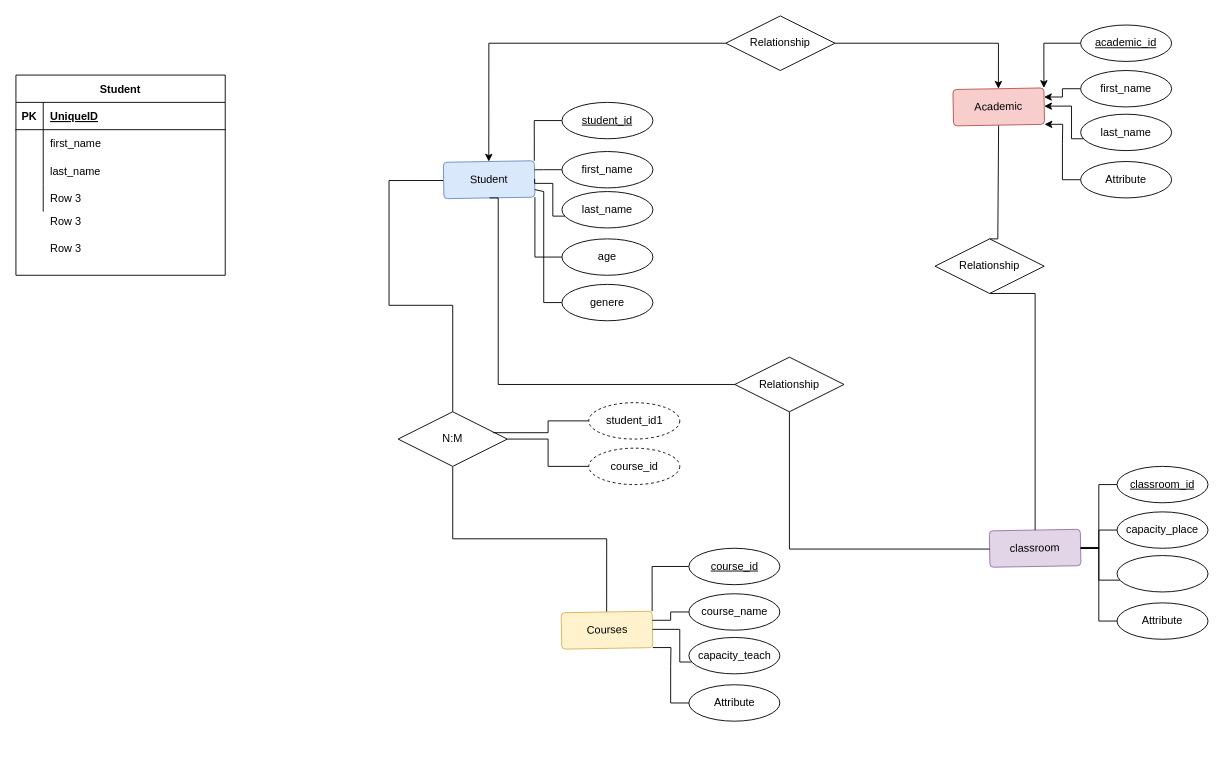
This is Untitled Diagram.drawio from danthb/LogIn_, a draw.io file, before an edit. Source tidied: cells renumbered, new cells numbered last; positions are measured from the earlier drawing's top-left corner, leaving out a move shared by most shapes. Both pictures are drawn from the tidied source at 91%, with x=0, y=0 at pixel (15, 15).
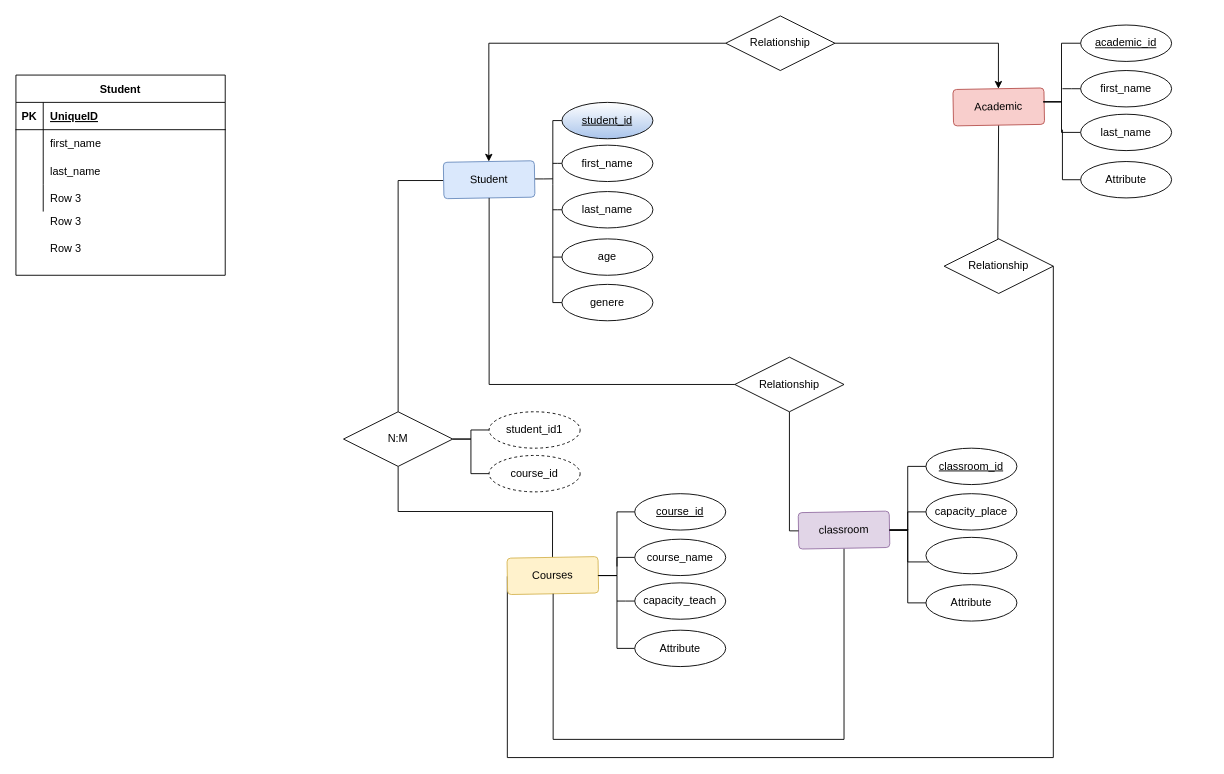
The same diagram, later.

The change refers to these unchanged cells:
```xml
<mxCell id="7" value="Student" style="rounded=1;arcSize=10;whiteSpace=wrap;html=1;align=center;rotation=-1;fillColor=#dae8fc;strokeColor=#6c8ebf;" parent="1" vertex="1">
  <mxGeometry x="470" y="160" width="100" height="40" as="geometry" />
</mxCell>
<mxCell id="13" value="last_name" style="ellipse;whiteSpace=wrap;html=1;align=center;" parent="1" vertex="1">
  <mxGeometry x="600" y="193" width="100" height="40" as="geometry" />
</mxCell>
<mxCell id="15" value="age" style="ellipse;whiteSpace=wrap;html=1;align=center;" parent="1" vertex="1">
  <mxGeometry x="600" y="245" width="100" height="40" as="geometry" />
</mxCell>
<mxCell id="17" value="Academic" style="rounded=1;arcSize=10;whiteSpace=wrap;html=1;align=center;rotation=-1;fillColor=#f8cecc;strokeColor=#b85450;" parent="1" vertex="1">
  <mxGeometry x="1030" y="80" width="100" height="40" as="geometry" />
</mxCell>
<mxCell id="19" value="first_name" style="ellipse;whiteSpace=wrap;html=1;align=center;" parent="1" vertex="1">
  <mxGeometry x="1170" y="60" width="100" height="40" as="geometry" />
</mxCell>
<mxCell id="21" value="academic_id" style="ellipse;whiteSpace=wrap;html=1;align=center;fontStyle=4;" parent="1" vertex="1">
  <mxGeometry x="1170" y="10" width="100" height="40" as="geometry" />
</mxCell>
<mxCell id="23" value="last_name" style="ellipse;whiteSpace=wrap;html=1;align=center;" parent="1" vertex="1">
  <mxGeometry x="1170" y="108" width="100" height="40" as="geometry" />
</mxCell>
<mxCell id="25" value="Attribute" style="ellipse;whiteSpace=wrap;html=1;align=center;" parent="1" vertex="1">
  <mxGeometry x="1170" y="160" width="100" height="40" as="geometry" />
</mxCell>
<mxCell id="58" value="genere" style="ellipse;whiteSpace=wrap;html=1;align=center;" parent="1" vertex="1">
  <mxGeometry x="600" y="295" width="100" height="40" as="geometry" />
</mxCell>
<mxCell id="68" value="Relationship" style="shape=rhombus;perimeter=rhombusPerimeter;whiteSpace=wrap;html=1;align=center;" parent="1" vertex="1">
  <mxGeometry x="790" y="375" width="120" height="60" as="geometry" />
</mxCell>
```

What changed in the source:
```diff
@@
     <mxCell id="5" style="edgeStyle=orthogonalEdgeStyle;rounded=0;jettySize=auto;html=1;endArrow=none;endFill=0;entryX=0;entryY=0.5;entryDx=0;entryDy=0;" parent="1" edge="1" source="6" target="7">
       <mxGeometry relative="1" as="geometry">
         <Array as="points">
-          <mxPoint x="480" y="318" />
-          <mxPoint x="410" y="318" />
-          <mxPoint x="410" y="181" />
+          <mxPoint x="420" y="181" />
         </Array>
       </mxGeometry>
     </mxCell>
     <mxCell id="6" value="N:M" style="shape=rhombus;perimeter=rhombusPerimeter;whiteSpace=wrap;html=1;align=center;" parent="1" vertex="1">
-      <mxGeometry x="420" y="435" width="120" height="60" as="geometry" />
+      <mxGeometry x="360" y="435" width="120" height="60" as="geometry" />
     </mxCell>
+    <mxCell id="71" style="edgeStyle=elbowEdgeStyle;rounded=0;jettySize=auto;html=1;exitX=1;exitY=0.5;exitDx=0;exitDy=0;endArrow=none;endFill=0;" parent="1" edge="1" source="7">
+      <mxGeometry relative="1" as="geometry">
+        <mxPoint x="590" y="179" as="targetPoint" />
+      </mxGeometry>
+    </mxCell>
@@
-    <mxCell id="8" style="edgeStyle=orthogonalEdgeStyle;rounded=0;jettySize=auto;html=1;entryX=1;entryY=0.25;entryDx=0;entryDy=0;endArrow=none;endFill=0;" parent="1" edge="1" source="9" target="7">
-      <mxGeometry relative="1" as="geometry" />
-    </mxCell>
+    <mxCell id="72" style="edgeStyle=elbowEdgeStyle;rounded=0;jettySize=auto;html=1;endArrow=none;endFill=0;" parent="1" edge="1" source="9">
+      <mxGeometry relative="1" as="geometry">
+        <mxPoint x="590" y="162" as="targetPoint" />
+      </mxGeometry>
+    </mxCell>
     <mxCell id="9" value="first_name" style="ellipse;whiteSpace=wrap;html=1;align=center;" parent="1" vertex="1">
-      <mxGeometry x="600" y="149" width="100" height="40" as="geometry" />
+      <mxGeometry x="600" y="142" width="100" height="40" as="geometry" />
     </mxCell>
-    <mxCell id="10" style="edgeStyle=orthogonalEdgeStyle;rounded=0;jettySize=auto;html=1;entryX=1;entryY=0;entryDx=0;entryDy=0;endArrow=none;endFill=0;" parent="1" edge="1" source="11" target="7">
-      <mxGeometry relative="1" as="geometry" />
+    <mxCell id="10" style="edgeStyle=orthogonalEdgeStyle;rounded=0;jettySize=auto;html=1;endArrow=none;endFill=0;" parent="1" edge="1" source="11">
+      <mxGeometry relative="1" as="geometry">
+        <mxPoint x="590" y="185" as="targetPoint" />
+        <Array as="points">
+          <mxPoint x="590" y="115" />
+        </Array>
+      </mxGeometry>
     </mxCell>
-    <mxCell id="11" value="student_id" style="ellipse;whiteSpace=wrap;html=1;align=center;fontStyle=4;" parent="1" vertex="1">
+    <mxCell id="11" value="student_id" style="ellipse;whiteSpace=wrap;html=1;align=center;fontStyle=4;gradientColor=#A9C4EB;" parent="1" vertex="1">
       <mxGeometry x="600" y="95" width="100" height="40" as="geometry" />
     </mxCell>
-    <mxCell id="12" style="edgeStyle=orthogonalEdgeStyle;rounded=0;jettySize=auto;html=1;entryX=1;entryY=0.5;entryDx=0;entryDy=0;endArrow=none;endFill=0;" parent="1" edge="1" source="13" target="7">
-      <mxGeometry relative="1" as="geometry">
-        <Array as="points">
-          <mxPoint x="590" y="220" />
-          <mxPoint x="590" y="184" />
-        </Array>
-      </mxGeometry>
-    </mxCell>
+    <mxCell id="73" style="edgeStyle=elbowEdgeStyle;rounded=0;jettySize=auto;html=1;endArrow=none;endFill=0;" parent="1" edge="1" source="13">
+      <mxGeometry relative="1" as="geometry">
+        <mxPoint x="590" y="213" as="targetPoint" />
+      </mxGeometry>
+    </mxCell>
@@
-    <mxCell id="14" style="edgeStyle=orthogonalEdgeStyle;rounded=0;jettySize=auto;html=1;entryX=1;entryY=1;entryDx=0;entryDy=0;endArrow=none;endFill=0;" parent="1" edge="1" source="15" target="7">
+    <mxCell id="14" style="edgeStyle=orthogonalEdgeStyle;rounded=0;jettySize=auto;html=1;endArrow=none;endFill=0;" parent="1" edge="1" source="15">
       <mxGeometry relative="1" as="geometry">
+        <mxPoint x="590" y="185" as="targetPoint" />
         <Array as="points">
-          <mxPoint x="570" y="265" />
+          <mxPoint x="590" y="265" />
         </Array>
       </mxGeometry>
     </mxCell>
@@
-    <mxCell id="18" style="edgeStyle=orthogonalEdgeStyle;rounded=0;jettySize=auto;html=1;entryX=1;entryY=0.25;entryDx=0;entryDy=0;" parent="1" edge="1" source="19" target="17">
-      <mxGeometry relative="1" as="geometry" />
-    </mxCell>
+    <mxCell id="74" style="edgeStyle=elbowEdgeStyle;rounded=0;jettySize=auto;html=1;endArrow=none;endFill=0;" parent="1" edge="1" source="19">
+      <mxGeometry relative="1" as="geometry">
+        <mxPoint x="1150" y="80" as="targetPoint" />
+      </mxGeometry>
+    </mxCell>
@@
-    <mxCell id="20" style="edgeStyle=orthogonalEdgeStyle;rounded=0;jettySize=auto;html=1;entryX=1;entryY=0;entryDx=0;entryDy=0;" parent="1" edge="1" source="21" target="17">
+    <mxCell id="20" style="edgeStyle=elbowEdgeStyle;rounded=0;jettySize=auto;html=1;entryX=0.99;entryY=0.39;entryDx=0;entryDy=0;entryPerimeter=0;endArrow=none;endFill=0;" parent="1" edge="1" source="21" target="17">
       <mxGeometry relative="1" as="geometry" />
     </mxCell>
@@
-    <mxCell id="22" style="edgeStyle=orthogonalEdgeStyle;rounded=0;jettySize=auto;html=1;entryX=1;entryY=0.5;entryDx=0;entryDy=0;" parent="1" edge="1" source="23" target="17">
-      <mxGeometry relative="1" as="geometry">
-        <Array as="points">
-          <mxPoint x="1160" y="135" />
-          <mxPoint x="1160" y="99" />
-        </Array>
-      </mxGeometry>
+    <mxCell id="22" style="edgeStyle=elbowEdgeStyle;rounded=0;jettySize=auto;html=1;entryX=0.99;entryY=0.373;entryDx=0;entryDy=0;entryPerimeter=0;endArrow=none;endFill=0;" parent="1" edge="1" source="23" target="17">
+      <mxGeometry relative="1" as="geometry" />
     </mxCell>
@@
-    <mxCell id="24" style="edgeStyle=orthogonalEdgeStyle;rounded=0;jettySize=auto;html=1;entryX=1;entryY=1;entryDx=0;entryDy=0;" parent="1" edge="1" source="25" target="17">
-      <mxGeometry relative="1" as="geometry" />
-    </mxCell>
+    <mxCell id="75" style="edgeStyle=elbowEdgeStyle;rounded=0;jettySize=auto;html=1;endArrow=none;endFill=0;" parent="1" edge="1" source="25">
+      <mxGeometry relative="1" as="geometry">
+        <mxPoint x="1150" y="125" as="targetPoint" />
+        <Array as="points">
+          <mxPoint x="1150" y="155" />
+        </Array>
+      </mxGeometry>
+    </mxCell>
@@
+    <mxCell id="76" style="edgeStyle=elbowEdgeStyle;rounded=0;jettySize=auto;html=1;entryX=1;entryY=0.5;entryDx=0;entryDy=0;endArrow=none;endFill=0;exitX=0;exitY=0.5;exitDx=0;exitDy=0;" parent="1" edge="1" source="39" target="70">
+      <mxGeometry relative="1" as="geometry">
+        <Array as="points">
+          <mxPoint x="890" y="815" />
+          <mxPoint x="1050" y="875" />
+          <mxPoint x="610" y="805" />
+          <mxPoint x="1070" y="815" />
+          <mxPoint x="1160" y="585" />
+          <mxPoint x="1050" y="785" />
+          <mxPoint x="1240" y="675" />
+        </Array>
+      </mxGeometry>
+    </mxCell>
     <mxCell id="39" value="Courses" style="rounded=1;arcSize=10;whiteSpace=wrap;html=1;align=center;rotation=-1;fillColor=#fff2cc;strokeColor=#d6b656;" parent="1" vertex="1">
-      <mxGeometry x="599.5" y="655" width="100" height="40" as="geometry" />
+      <mxGeometry x="540" y="595" width="100" height="40" as="geometry" />
     </mxCell>
-    <mxCell id="40" style="edgeStyle=orthogonalEdgeStyle;rounded=0;jettySize=auto;html=1;entryX=1;entryY=0.25;entryDx=0;entryDy=0;endArrow=none;endFill=0;" parent="1" edge="1" source="41" target="39">
-      <mxGeometry relative="1" as="geometry" />
+    <mxCell id="40" style="edgeStyle=orthogonalEdgeStyle;rounded=0;jettySize=auto;html=1;endArrow=none;endFill=0;" parent="1" edge="1" source="41">
+      <mxGeometry relative="1" as="geometry">
+        <mxPoint x="639.5" y="615" as="targetPoint" />
+        <Array as="points">
+          <mxPoint x="660.5" y="595" />
+          <mxPoint x="660.5" y="615" />
+          <mxPoint x="639.5" y="615" />
+        </Array>
+      </mxGeometry>
     </mxCell>
     <mxCell id="41" value="course_name" style="ellipse;whiteSpace=wrap;html=1;align=center;" parent="1" vertex="1">
-      <mxGeometry x="739.5" y="635" width="100" height="40" as="geometry" />
+      <mxGeometry x="680" y="575" width="100" height="40" as="geometry" />
     </mxCell>
-    <mxCell id="42" style="edgeStyle=orthogonalEdgeStyle;rounded=0;jettySize=auto;html=1;entryX=1;entryY=0;entryDx=0;entryDy=0;endArrow=none;endFill=0;" parent="1" edge="1" source="43" target="39">
-      <mxGeometry relative="1" as="geometry" />
+    <mxCell id="42" style="edgeStyle=orthogonalEdgeStyle;rounded=0;jettySize=auto;html=1;endArrow=none;endFill=0;" parent="1" edge="1" source="43">
+      <mxGeometry relative="1" as="geometry">
+        <mxPoint x="660.5" y="605" as="targetPoint" />
+        <Array as="points">
+          <mxPoint x="660.5" y="545" />
+          <mxPoint x="660.5" y="594" />
+        </Array>
+      </mxGeometry>
     </mxCell>
     <mxCell id="43" value="course_id" style="ellipse;whiteSpace=wrap;html=1;align=center;fontStyle=4;" parent="1" vertex="1">
-      <mxGeometry x="739.5" y="585" width="100" height="40" as="geometry" />
+      <mxGeometry x="680" y="525" width="100" height="40" as="geometry" />
     </mxCell>
-    <mxCell id="44" style="edgeStyle=orthogonalEdgeStyle;rounded=0;jettySize=auto;html=1;entryX=1;entryY=0.5;entryDx=0;entryDy=0;endArrow=none;endFill=0;" parent="1" edge="1" source="45" target="39">
-      <mxGeometry relative="1" as="geometry">
-        <Array as="points">
-          <mxPoint x="729.5" y="710" />
-          <mxPoint x="729.5" y="674" />
-        </Array>
-      </mxGeometry>
-    </mxCell>
+    <mxCell id="77" style="edgeStyle=elbowEdgeStyle;rounded=0;jettySize=auto;html=1;endArrow=none;endFill=0;" parent="1" edge="1" source="45">
+      <mxGeometry relative="1" as="geometry">
+        <mxPoint x="660.5" y="643" as="targetPoint" />
+      </mxGeometry>
+    </mxCell>
     <mxCell id="45" value="&lt;span&gt;capacity_teach&lt;/span&gt;" style="ellipse;whiteSpace=wrap;html=1;align=center;" parent="1" vertex="1">
-      <mxGeometry x="739.5" y="683" width="100" height="40" as="geometry" />
+      <mxGeometry x="680" y="623" width="100" height="40" as="geometry" />
     </mxCell>
-    <mxCell id="46" style="edgeStyle=orthogonalEdgeStyle;rounded=0;jettySize=auto;html=1;entryX=1;entryY=1;entryDx=0;entryDy=0;endArrow=none;endFill=0;" parent="1" edge="1" source="47" target="39">
-      <mxGeometry relative="1" as="geometry" />
+    <mxCell id="46" style="edgeStyle=orthogonalEdgeStyle;rounded=0;jettySize=auto;html=1;endArrow=none;endFill=0;" parent="1" edge="1" source="47">
+      <mxGeometry relative="1" as="geometry">
+        <mxPoint x="640.5" y="615" as="targetPoint" />
+        <Array as="points">
+          <mxPoint x="660.5" y="695" />
+          <mxPoint x="660.5" y="615" />
+          <mxPoint x="640.5" y="615" />
+        </Array>
+      </mxGeometry>
     </mxCell>
     <mxCell id="47" value="Attribute" style="ellipse;whiteSpace=wrap;html=1;align=center;" parent="1" vertex="1">
-      <mxGeometry x="739.5" y="735" width="100" height="40" as="geometry" />
+      <mxGeometry x="680" y="675" width="100" height="40" as="geometry" />
     </mxCell>
+    <mxCell id="78" style="edgeStyle=elbowEdgeStyle;rounded=0;jettySize=auto;html=1;entryX=0.5;entryY=1;entryDx=0;entryDy=0;endArrow=none;endFill=0;" parent="1" edge="1" source="48" target="39">
+      <mxGeometry relative="1" as="geometry">
+        <Array as="points">
+          <mxPoint x="910" y="795" />
+        </Array>
+      </mxGeometry>
+    </mxCell>
     <mxCell id="48" value="classroom" style="rounded=1;arcSize=10;whiteSpace=wrap;html=1;align=center;rotation=-1;fillColor=#e1d5e7;strokeColor=#9673a6;" parent="1" vertex="1">
-      <mxGeometry x="1070" y="565" width="100" height="40" as="geometry" />
+      <mxGeometry x="860" y="545" width="100" height="40" as="geometry" />
     </mxCell>
     <mxCell id="49" style="edgeStyle=orthogonalEdgeStyle;rounded=0;jettySize=auto;html=1;endArrow=none;endFill=0;" parent="1" edge="1" source="50">
       <mxGeometry relative="1" as="geometry">
-        <mxPoint x="1170" y="585" as="targetPoint" />
+        <mxPoint x="960" y="565" as="targetPoint" />
         <Array as="points">
-          <mxPoint x="1190" y="565" />
-          <mxPoint x="1190" y="585" />
-          <mxPoint x="1170" y="585" />
+          <mxPoint x="980" y="545" />
+          <mxPoint x="980" y="565" />
+          <mxPoint x="960" y="565" />
         </Array>
       </mxGeometry>
     </mxCell>
     <mxCell id="50" value="capacity_place" style="ellipse;whiteSpace=wrap;html=1;align=center;" parent="1" vertex="1">
-      <mxGeometry x="1210" y="545" width="100" height="40" as="geometry" />
+      <mxGeometry x="1000" y="525" width="100" height="40" as="geometry" />
     </mxCell>
     <mxCell id="51" style="edgeStyle=orthogonalEdgeStyle;rounded=0;jettySize=auto;html=1;endArrow=none;endFill=0;" parent="1" edge="1" source="52">
       <mxGeometry relative="1" as="geometry">
-        <mxPoint x="1170" y="585" as="targetPoint" />
+        <mxPoint x="960" y="565" as="targetPoint" />
         <Array as="points">
-          <mxPoint x="1190" y="515" />
-          <mxPoint x="1190" y="585" />
-          <mxPoint x="1170" y="585" />
+          <mxPoint x="980" y="495" />
+          <mxPoint x="980" y="565" />
+          <mxPoint x="960" y="565" />
         </Array>
       </mxGeometry>
     </mxCell>
     <mxCell id="52" value="classroom_id" style="ellipse;whiteSpace=wrap;html=1;align=center;fontStyle=4;" parent="1" vertex="1">
-      <mxGeometry x="1210" y="495" width="100" height="40" as="geometry" />
+      <mxGeometry x="1000" y="475" width="100" height="40" as="geometry" />
     </mxCell>
-    <mxCell id="53" style="edgeStyle=orthogonalEdgeStyle;rounded=0;jettySize=auto;html=1;entryX=1;entryY=0.5;entryDx=0;entryDy=0;endArrow=none;endFill=0;" parent="1" edge="1" source="54" target="48">
+    <mxCell id="53" style="edgeStyle=orthogonalEdgeStyle;rounded=0;jettySize=auto;html=1;endArrow=none;endFill=0;" parent="1" edge="1" source="54">
       <mxGeometry relative="1" as="geometry">
+        <mxPoint x="980" y="564" as="targetPoint" />
         <Array as="points">
-          <mxPoint x="1190" y="620" />
-          <mxPoint x="1190" y="584" />
+          <mxPoint x="980" y="600" />
+          <mxPoint x="980" y="564" />
         </Array>
       </mxGeometry>
     </mxCell>
     <mxCell id="54" style="ellipse;whiteSpace=wrap;html=1;align=center;" parent="1" vertex="1">
-      <mxGeometry x="1210" y="593" width="100" height="40" as="geometry" />
+      <mxGeometry x="1000" y="573" width="100" height="40" as="geometry" />
     </mxCell>
     <mxCell id="55" style="edgeStyle=orthogonalEdgeStyle;rounded=0;jettySize=auto;html=1;endArrow=none;endFill=0;" parent="1" edge="1" source="56">
       <mxGeometry relative="1" as="geometry">
-        <mxPoint x="1170" y="585" as="targetPoint" />
+        <mxPoint x="980" y="565" as="targetPoint" />
         <Array as="points">
-          <mxPoint x="1190" y="665" />
-          <mxPoint x="1190" y="585" />
-          <mxPoint x="1170" y="585" />
+          <mxPoint x="980" y="645" />
+          <mxPoint x="980" y="565" />
+          <mxPoint x="960" y="565" />
         </Array>
       </mxGeometry>
     </mxCell>
     <mxCell id="56" value="Attribute" style="ellipse;whiteSpace=wrap;html=1;align=center;" parent="1" vertex="1">
-      <mxGeometry x="1210" y="645" width="100" height="40" as="geometry" />
+      <mxGeometry x="1000" y="625" width="100" height="40" as="geometry" />
     </mxCell>
-    <mxCell id="57" style="edgeStyle=elbowEdgeStyle;rounded=0;jettySize=auto;html=1;endArrow=none;endFill=0;" parent="1" edge="1" source="58" target="7">
+    <mxCell id="57" style="edgeStyle=elbowEdgeStyle;rounded=0;jettySize=auto;html=1;endArrow=none;endFill=0;" parent="1" edge="1" source="58">
       <mxGeometry relative="1" as="geometry">
+        <mxPoint x="590" y="265" as="targetPoint" />
         <Array as="points">
+          <mxPoint x="590" y="285" />
           <mxPoint x="580" y="193" />
           <mxPoint x="580" y="195" />
           <mxPoint x="580" y="235" />
         </Array>
       </mxGeometry>
     </mxCell>
@@
-    <mxCell id="59" style="edgeStyle=orthogonalEdgeStyle;rounded=0;jettySize=auto;html=1;entryX=0.867;entryY=0.383;entryDx=0;entryDy=0;entryPerimeter=0;endArrow=none;endFill=0;" parent="1" edge="1" source="60" target="6">
+    <mxCell id="59" style="edgeStyle=elbowEdgeStyle;rounded=0;jettySize=auto;html=1;entryX=1;entryY=0.5;entryDx=0;entryDy=0;endArrow=none;endFill=0;" parent="1" edge="1" source="60" target="6">
       <mxGeometry relative="1" as="geometry" />
     </mxCell>
     <mxCell id="60" value="student_id1" style="ellipse;whiteSpace=wrap;html=1;align=center;dashed=1;" parent="1" vertex="1">
-      <mxGeometry x="629.5" y="425" width="100" height="40" as="geometry" />
+      <mxGeometry x="520" y="435" width="100" height="40" as="geometry" />
     </mxCell>
-    <mxCell id="61" style="edgeStyle=orthogonalEdgeStyle;rounded=0;jettySize=auto;html=1;endArrow=none;endFill=0;" parent="1" edge="1" source="62" target="6">
+    <mxCell id="61" style="edgeStyle=elbowEdgeStyle;rounded=0;jettySize=auto;html=1;entryX=1;entryY=0.5;entryDx=0;entryDy=0;endArrow=none;endFill=0;" parent="1" edge="1" source="62" target="6">
       <mxGeometry relative="1" as="geometry" />
     </mxCell>
     <mxCell id="62" value="course_id" style="ellipse;whiteSpace=wrap;html=1;align=center;fontStyle=0;dashed=1;" parent="1" vertex="1">
-      <mxGeometry x="629.5" y="475" width="100" height="40" as="geometry" />
+      <mxGeometry x="520" y="483" width="100" height="40" as="geometry" />
     </mxCell>
@@
     <mxCell id="66" style="edgeStyle=elbowEdgeStyle;rounded=0;jettySize=auto;html=1;endArrow=none;endFill=0;entryX=0.5;entryY=1;entryDx=0;entryDy=0;" parent="1" edge="1" source="68" target="7">
       <mxGeometry relative="1" as="geometry">
         <Array as="points">
+          <mxPoint x="520" y="215" />
           <mxPoint x="530" y="315" />
           <mxPoint x="530" y="235" />
           <mxPoint x="540" y="365" />
         </Array>
       </mxGeometry>
     </mxCell>
@@
-    <mxCell id="69" style="edgeStyle=elbowEdgeStyle;rounded=0;jettySize=auto;html=1;entryX=0.5;entryY=0;entryDx=0;entryDy=0;endArrow=none;endFill=0;exitX=0.5;exitY=1;exitDx=0;exitDy=0;" parent="1" edge="1" source="70" target="48">
-      <mxGeometry relative="1" as="geometry">
-        <Array as="points">
-          <mxPoint x="1120" y="505" />
-          <mxPoint x="1100" y="505" />
-          <mxPoint x="1080" y="375" />
-        </Array>
-      </mxGeometry>
-    </mxCell>
     <mxCell id="70" value="Relationship" style="shape=rhombus;perimeter=rhombusPerimeter;whiteSpace=wrap;html=1;align=center;" parent="1" vertex="1">
-      <mxGeometry x="1010" y="245" width="120" height="60" as="geometry" />
+      <mxGeometry x="1020" y="245" width="120" height="60" as="geometry" />
     </mxCell>
```
